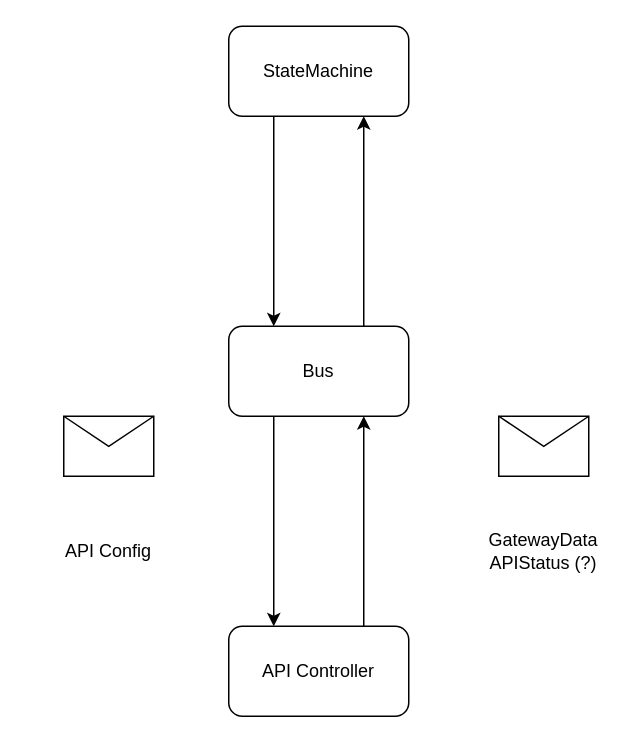
Above: page "MessagingGatewayAPI" (4 of 4) of diagrams.drawio in mplogas/ecowitt-controller (draw.io), before the change. Source tidied: cells renumbered, new cells numbered last; positions are measured from the earlier drawing's top-left corner, leaving out a move shared by most shapes. Both pictures are drawn from the tidied source at 150%, with x=0, y=0 at pixel (26, 26).
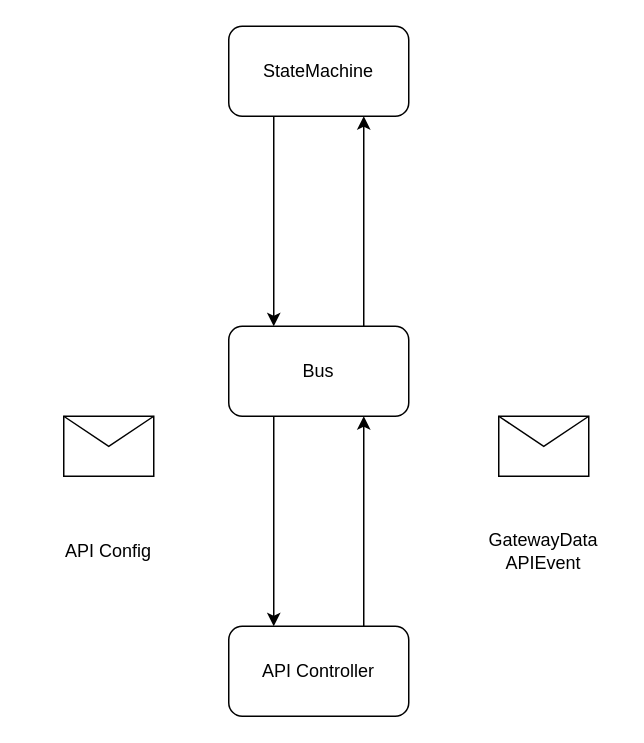
Above is the later version.

Diff of the diagram source:
```diff
@@
 <mxGraphModel>
   <root>
     <mxCell id="0" />
     <mxCell id="1" parent="0" />
     <mxCell id="2" style="edgeStyle=orthogonalEdgeStyle;rounded=0;jettySize=auto;html=1;exitX=0.25;exitY=1;exitDx=0;exitDy=0;entryX=0.25;entryY=0;entryDx=0;entryDy=0;" parent="1" edge="1" source="4" target="8">
       <mxGeometry relative="1" as="geometry" />
     </mxCell>
     <mxCell id="3" style="edgeStyle=orthogonalEdgeStyle;rounded=0;jettySize=auto;html=1;exitX=0.75;exitY=0;exitDx=0;exitDy=0;entryX=0.75;entryY=1;entryDx=0;entryDy=0;" parent="1" edge="1" source="4" target="6">
       <mxGeometry relative="1" as="geometry" />
     </mxCell>
     <mxCell id="4" value="Bus" style="rounded=1;whiteSpace=wrap;html=1;" parent="1" vertex="1">
       <mxGeometry x="135" y="200" width="120" height="60" as="geometry" />
     </mxCell>
     <mxCell id="5" style="edgeStyle=orthogonalEdgeStyle;rounded=0;jettySize=auto;html=1;exitX=0.25;exitY=1;exitDx=0;exitDy=0;entryX=0.25;entryY=0;entryDx=0;entryDy=0;" parent="1" edge="1" source="6" target="4">
       <mxGeometry relative="1" as="geometry" />
     </mxCell>
     <mxCell id="6" value="StateMachine" style="rounded=1;whiteSpace=wrap;html=1;" parent="1" vertex="1">
       <mxGeometry x="135" width="120" height="60" as="geometry" />
     </mxCell>
     <mxCell id="7" style="edgeStyle=orthogonalEdgeStyle;rounded=0;jettySize=auto;html=1;exitX=0.75;exitY=0;exitDx=0;exitDy=0;entryX=0.75;entryY=1;entryDx=0;entryDy=0;" parent="1" edge="1" source="8" target="4">
       <mxGeometry relative="1" as="geometry" />
     </mxCell>
     <mxCell id="8" value="API Controller" style="rounded=1;whiteSpace=wrap;html=1;" parent="1" vertex="1">
       <mxGeometry x="135" y="400" width="120" height="60" as="geometry" />
     </mxCell>
     <mxCell id="9" style="shape=message;html=1;html=1;labelPosition=center;verticalLabelPosition=bottom;align=center;verticalAlign=top;" parent="1" vertex="1">
       <mxGeometry x="315" y="260" width="60" height="40" as="geometry" />
     </mxCell>
     <mxCell id="10" style="shape=message;html=1;html=1;labelPosition=center;verticalLabelPosition=bottom;align=center;verticalAlign=top;" parent="1" vertex="1">
       <mxGeometry x="25" y="260" width="60" height="40" as="geometry" />
     </mxCell>
     <mxCell id="11" value="API Config" style="text;html=1;align=center;verticalAlign=middle;whiteSpace=wrap;rounded=0;" parent="1" vertex="1">
       <mxGeometry y="310" width="110" height="80" as="geometry" />
     </mxCell>
-    <mxCell id="12" value="GatewayData&lt;br&gt;APIStatus (?)" style="text;html=1;align=center;verticalAlign=middle;whiteSpace=wrap;rounded=0;" parent="1" vertex="1">
+    <mxCell id="12" value="GatewayData&lt;br&gt;APIEvent" style="text;html=1;align=center;verticalAlign=middle;whiteSpace=wrap;rounded=0;" parent="1" vertex="1">
       <mxGeometry x="295" y="325" width="100" height="50" as="geometry" />
     </mxCell>
   </root>
 </mxGraphModel>
```
